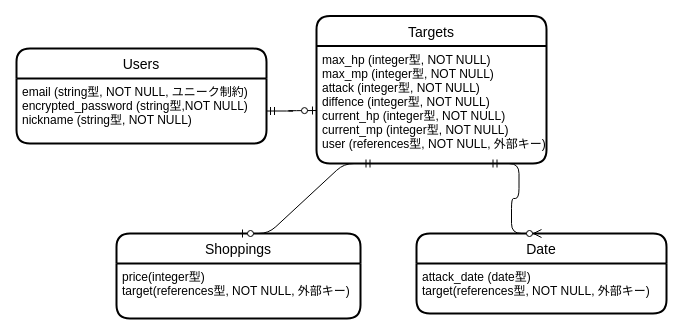
Above: mammon_quest_er.dio in kanieksuke/mammon_quest (draw.io), before the change. Source tidied: cells renumbered, new cells numbered last; positions are measured from the earlier drawing's top-left corner, leaving out a move shared by most shapes. Both pictures are drawn from the tidied source at 100%, with x=0, y=0 at pixel (16, 15).
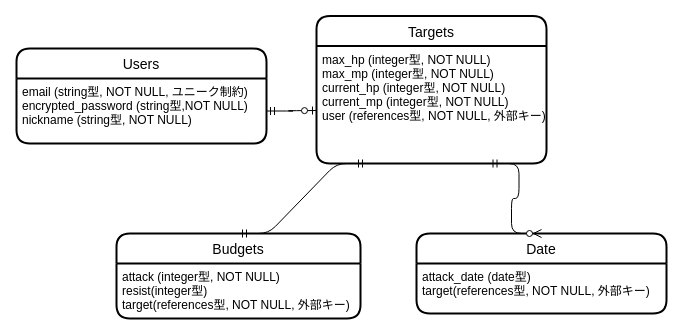
The same page after the edit.

Commit message (it also covers changes not shown here):
固定収支は目標ではなく生活費と一緒に収支で管理

The edit, as a diff of the source:
```diff
@@
 <mxGraphModel>
   <root>
     <mxCell id="0" />
     <mxCell id="1" parent="0" />
     <mxCell id="2" value="Users" style="swimlane;horizontal=1;startSize=30;rounded=1;fontSize=14;fontStyle=0;strokeWidth=2;shadow=0;dashed=0;align=center;" parent="1" vertex="1">
       <mxGeometry y="33" width="250" height="95" as="geometry" />
     </mxCell>
     <mxCell id="3" value="email (string型, NOT NULL, ユニーク制約)&#10;encrypted_password (string型,NOT NULL)&#10;nickname (string型, NOT NULL)&#10;" style="align=left;strokeColor=none;fillColor=none;spacingLeft=4;fontSize=12;verticalAlign=top;" parent="2" vertex="1">
       <mxGeometry y="30" width="250" height="65" as="geometry" />
     </mxCell>
     <mxCell id="4" value="Targets" style="swimlane;horizontal=1;startSize=30;rounded=1;fontSize=14;fontStyle=0;strokeWidth=2;shadow=0;dashed=0;align=center;" parent="1" vertex="1">
       <mxGeometry x="300" y="0.5" width="230" height="147.5" as="geometry" />
     </mxCell>
-    <mxCell id="5" value="max_hp (integer型, NOT NULL)&#10;max_mp (integer型, NOT NULL)&#10;attack (integer型, NOT NULL)&#10;diffence (integer型, NOT NULL)&#10;current_hp (integer型, NOT NULL)&#10;current_mp (integer型, NOT NULL)&#10;user (references型, NOT NULL, 外部キー)" style="align=left;strokeColor=none;fillColor=none;spacingLeft=4;fontSize=12;verticalAlign=top;" parent="4" vertex="1">
+    <mxCell id="5" value="max_hp (integer型, NOT NULL)&#10;max_mp (integer型, NOT NULL)&#10;current_hp (integer型, NOT NULL)&#10;current_mp (integer型, NOT NULL)&#10;user (references型, NOT NULL, 外部キー)" style="align=left;strokeColor=none;fillColor=none;spacingLeft=4;fontSize=12;verticalAlign=top;" parent="4" vertex="1">
       <mxGeometry y="30" width="230" height="117.5" as="geometry" />
     </mxCell>
-    <mxCell id="6" value="Shoppings" style="swimlane;horizontal=1;startSize=30;rounded=1;fontSize=14;fontStyle=0;strokeWidth=2;shadow=0;dashed=0;align=center;" parent="1" vertex="1">
+    <mxCell id="6" value="Budgets" style="swimlane;horizontal=1;startSize=30;rounded=1;fontSize=14;fontStyle=0;strokeWidth=2;shadow=0;dashed=0;align=center;" parent="1" vertex="1">
       <mxGeometry x="100" y="218" width="244" height="85" as="geometry" />
     </mxCell>
     <mxCell id="7" style="edgeStyle=none;html=1;" parent="6" edge="1" source="8" target="6">
       <mxGeometry relative="1" as="geometry" />
     </mxCell>
-    <mxCell id="8" value="price(integer型)&#10;target(references型, NOT NULL, 外部キー)" style="align=left;strokeColor=none;fillColor=none;spacingLeft=4;fontSize=12;verticalAlign=top;" parent="6" vertex="1">
+    <mxCell id="8" value="attack (integer型, NOT NULL)&#10;resist(integer型)&#10;target(references型, NOT NULL, 外部キー)" style="align=left;strokeColor=none;fillColor=none;spacingLeft=4;fontSize=12;verticalAlign=top;" parent="6" vertex="1">
       <mxGeometry y="30" width="244" height="55" as="geometry" />
     </mxCell>
     <mxCell id="9" value="Date" style="swimlane;horizontal=1;startSize=30;rounded=1;fontSize=14;fontStyle=0;strokeWidth=2;shadow=0;dashed=0;align=center;" parent="1" vertex="1">
       <mxGeometry x="400" y="218" width="250" height="80" as="geometry" />
     </mxCell>
     <mxCell id="10" value="attack_date (date型)&#10;target(references型, NOT NULL, 外部キー)" style="align=left;strokeColor=none;fillColor=none;spacingLeft=4;fontSize=12;verticalAlign=top;" parent="9" vertex="1">
       <mxGeometry y="30" width="250" height="50" as="geometry" />
     </mxCell>
-    <mxCell id="11" style="edgeStyle=entityRelationEdgeStyle;fontSize=12;html=1;endArrow=ERzeroToOne;startArrow=ERmandOne;entryX=0.5;entryY=0;entryDx=0;entryDy=0;exitX=0.25;exitY=1;exitDx=0;exitDy=0;" parent="1" edge="1" source="5" target="6">
-      <mxGeometry relative="1" as="geometry" />
-    </mxCell>
     <mxCell id="12" style="edgeStyle=entityRelationEdgeStyle;fontSize=12;html=1;endArrow=ERzeroToMany;startArrow=ERmandOne;entryX=0.5;entryY=0;entryDx=0;entryDy=0;exitX=0.75;exitY=1;exitDx=0;exitDy=0;" parent="1" edge="1" source="5" target="9">
       <mxGeometry relative="1" as="geometry" />
     </mxCell>
     <mxCell id="13" style="edgeStyle=entityRelationEdgeStyle;fontSize=12;html=1;endArrow=ERzeroToOne;startArrow=ERmandOne;exitX=1;exitY=0.5;exitDx=0;exitDy=0;" parent="1" edge="1" source="3">
       <mxGeometry relative="1" as="geometry">
         <mxPoint x="300" y="95" as="targetPoint" />
       </mxGeometry>
     </mxCell>
+    <mxCell id="14" style="edgeStyle=entityRelationEdgeStyle;fontSize=12;html=1;endArrow=ERmandOne;startArrow=ERmandOne;exitX=0.5;exitY=0;exitDx=0;exitDy=0;" parent="1" edge="1" source="6">
+      <mxGeometry relative="1" as="geometry">
+        <mxPoint x="350" y="148" as="targetPoint" />
+      </mxGeometry>
+    </mxCell>
   </root>
 </mxGraphModel>
```
